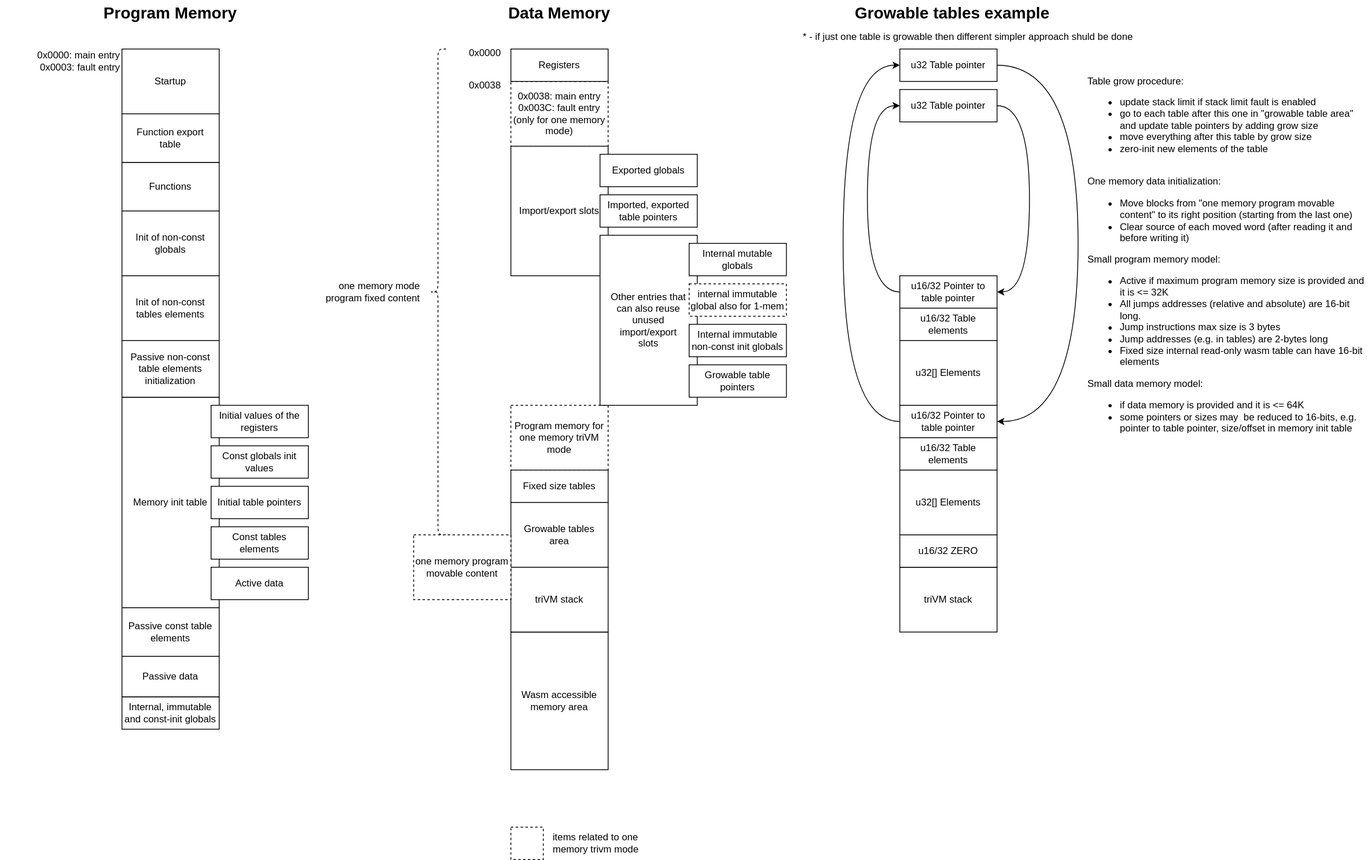
This is doc/MemoryModel.drawio.svg from kildom/triwasm, a draw.io export, as it was before one commit. Source tidied: cells renumbered, new cells last; positions are measured from the earlier drawing's top-left corner, leaving out a move shared by most shapes.
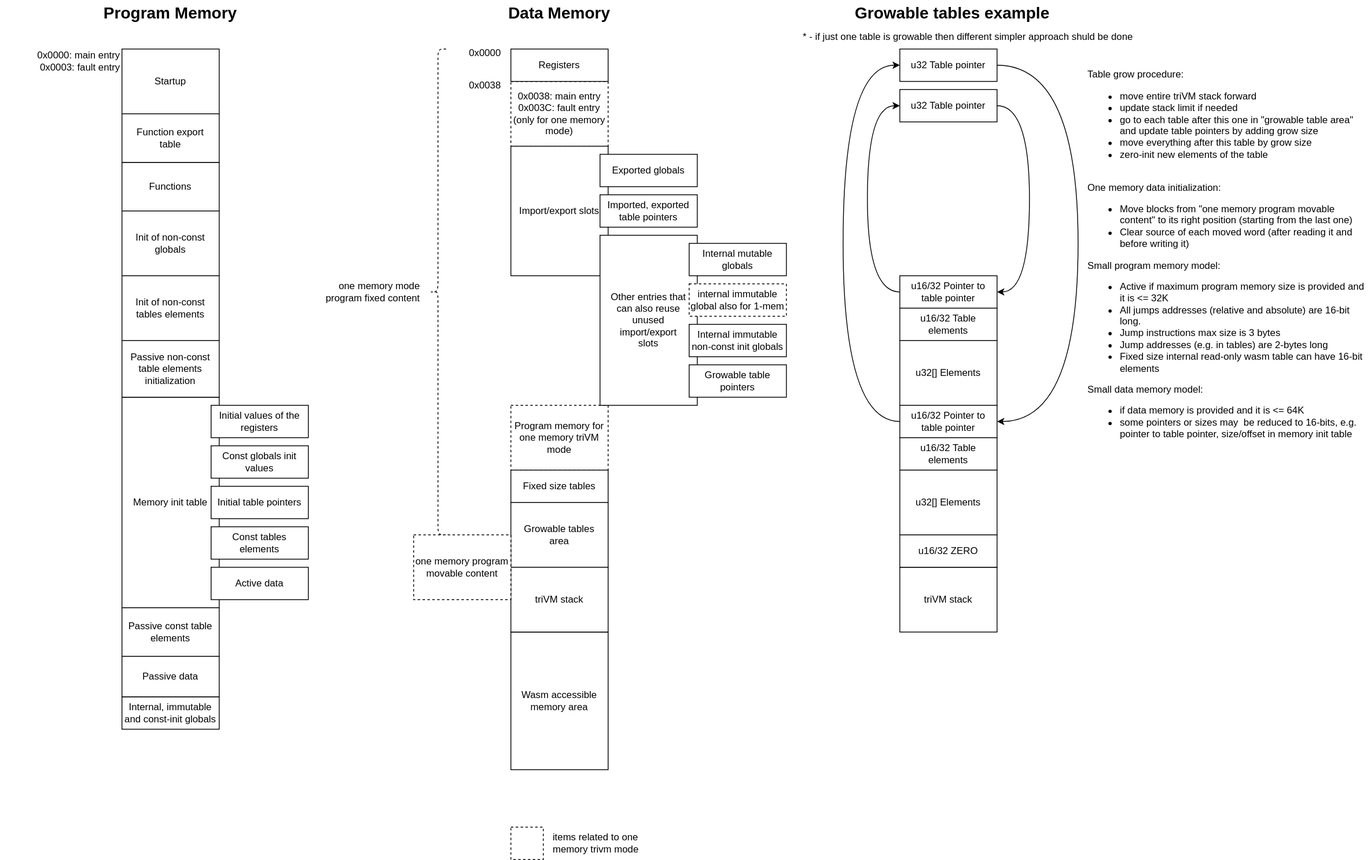
Later version of the same file.

Change to the diagram source:
```diff
@@ -169,7 +169,7 @@
     <mxCell id="50" value="* - if just one table is growable then different simpler approach shuld be done" style="text;html=1;strokeColor=none;fillColor=none;align=right;verticalAlign=middle;whiteSpace=wrap;rounded=0;" parent="1" vertex="1">
       <mxGeometry x="970" y="30" width="430" height="30" as="geometry" />
     </mxCell>
-    <mxCell id="51" value="&lt;div&gt;Table grow procedure:&lt;/div&gt;&lt;div&gt;&lt;ul&gt;&lt;li&gt;update stack limit if stack limit fault is enabled&lt;br&gt;&lt;/li&gt;&lt;li&gt;go to each table after this one in &quot;growable table area&quot; and update table pointers by adding grow size&lt;/li&gt;&lt;li&gt;move everything after this table by grow size&lt;/li&gt;&lt;li&gt;zero-init new elements of the table&lt;/li&gt;&lt;/ul&gt;&lt;div&gt;&lt;br&gt;&lt;/div&gt;&lt;div&gt;One memory data initialization:&lt;/div&gt;&lt;div&gt;&lt;ul&gt;&lt;li&gt;Move blocks from &quot;one memory program movable content&quot; to its right position (starting from the last one)&lt;/li&gt;&lt;li&gt;Clear source of each moved word (after reading it and before writing it)&lt;/li&gt;&lt;/ul&gt;&lt;div&gt;Small program memory model:&lt;/div&gt;&lt;div&gt;&lt;ul&gt;&lt;li&gt;Active if maximum program memory size is provided and it is &amp;lt;= 32K&lt;/li&gt;&lt;li&gt;All jumps addresses (relative and absolute) are 16-bit long.&lt;/li&gt;&lt;li&gt;Jump instructions max size is 3 bytes&lt;/li&gt;&lt;li&gt;Jump addresses (e.g. in tables) are 2-bytes long&lt;/li&gt;&lt;li&gt;Fixed size internal read-only wasm table can have 16-bit elements&lt;br&gt;&lt;/li&gt;&lt;/ul&gt;&lt;div&gt;Small data memory model:&lt;/div&gt;&lt;div&gt;&lt;ul&gt;&lt;li&gt;if data memory is provided and it is &amp;lt;= 64K&lt;br&gt;&lt;/li&gt;&lt;li&gt;some pointers or sizes may&amp;nbsp; be reduced to 16-bits, e.g. pointer to table pointer, size/offset in memory init table&lt;br&gt;&lt;/li&gt;&lt;/ul&gt;&lt;/div&gt;&lt;/div&gt;&lt;/div&gt;&lt;/div&gt;" style="text;html=1;strokeColor=none;fillColor=none;align=left;verticalAlign=middle;whiteSpace=wrap;rounded=0;" parent="1" vertex="1">
+    <mxCell id="51" value="&lt;div&gt;Table grow procedure:&lt;/div&gt;&lt;div&gt;&lt;ul&gt;&lt;li&gt;move entire triVM stack forward&lt;br&gt;&lt;/li&gt;&lt;li&gt;update stack limit if needed&lt;br&gt;&lt;/li&gt;&lt;li&gt;go to each table after this one in &quot;growable table area&quot; and update table pointers by adding grow size&lt;/li&gt;&lt;li&gt;move everything after this table by grow size&lt;/li&gt;&lt;li&gt;zero-init new elements of the table&lt;/li&gt;&lt;/ul&gt;&lt;div&gt;&lt;br&gt;&lt;/div&gt;&lt;div&gt;One memory data initialization:&lt;/div&gt;&lt;div&gt;&lt;ul&gt;&lt;li&gt;Move blocks from &quot;one memory program movable content&quot; to its right position (starting from the last one)&lt;/li&gt;&lt;li&gt;Clear source of each moved word (after reading it and before writing it)&lt;/li&gt;&lt;/ul&gt;&lt;div&gt;Small program memory model:&lt;/div&gt;&lt;div&gt;&lt;ul&gt;&lt;li&gt;Active if maximum program memory size is provided and it is &amp;lt;= 32K&lt;/li&gt;&lt;li&gt;All jumps addresses (relative and absolute) are 16-bit long.&lt;/li&gt;&lt;li&gt;Jump instructions max size is 3 bytes&lt;/li&gt;&lt;li&gt;Jump addresses (e.g. in tables) are 2-bytes long&lt;/li&gt;&lt;li&gt;Fixed size internal read-only wasm table can have 16-bit elements&lt;br&gt;&lt;/li&gt;&lt;/ul&gt;&lt;div&gt;Small data memory model:&lt;/div&gt;&lt;div&gt;&lt;ul&gt;&lt;li&gt;if data memory is provided and it is &amp;lt;= 64K&lt;br&gt;&lt;/li&gt;&lt;li&gt;some pointers or sizes may&amp;nbsp; be reduced to 16-bits, e.g. pointer to table pointer, size/offset in memory init table&lt;br&gt;&lt;/li&gt;&lt;/ul&gt;&lt;/div&gt;&lt;/div&gt;&lt;/div&gt;&lt;/div&gt;" style="text;html=1;strokeColor=none;fillColor=none;align=left;verticalAlign=middle;whiteSpace=wrap;rounded=0;" parent="1" vertex="1">
       <mxGeometry x="1340" y="70" width="351" height="500" as="geometry" />
     </mxCell>
     <mxCell id="52" value="Initial values of the registers" style="rounded=0;whiteSpace=wrap;html=1;" parent="1" vertex="1">
```
